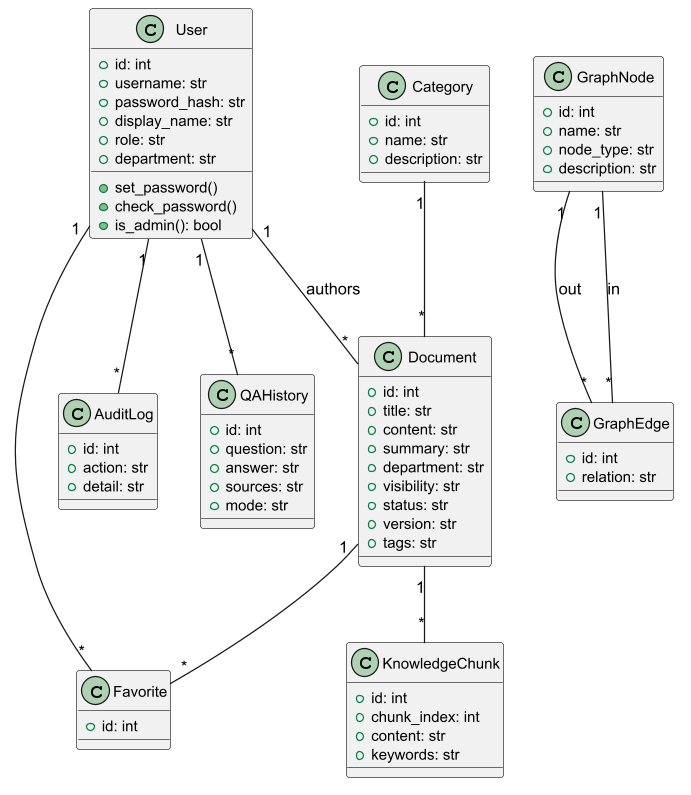
The PlantUML diagram docs/uml/rendered/06-类图.png in Shigurekaya/test-web, before a commit. Its diagram source:
```plantuml
@startuml 06-类图
skinparam defaultFontName "Noto Sans SC"
skinparam monospacedFontName "Noto Sans SC"
skinparam dpi 120
skinparam shadowing false
skinparam wrapWidth 260
skinparam maxMessageSize 220
skinparam titleFontSize 18
skinparam LegendFontSize 13
skinparam ClassFontSize 13
skinparam ClassAttributeFontSize 12
skinparam NoteFontSize 13
class User {
  +id: int
  +username: str
  +password_hash: str
  +display_name: str
  +role: str
  +department: str
  +set_password()
  +check_password()
  +is_admin(): bool
}

class Category {
  +id: int
  +name: str
  +description: str
}

class Document {
  +id: int
  +title: str
  +content: str
  +summary: str
  +department: str
  +visibility: str
  +status: str
  +version: str
  +tags: str
}

class KnowledgeChunk {
  +id: int
  +chunk_index: int
  +content: str
  +keywords: str
}

class GraphNode {
  +id: int
  +name: str
  +node_type: str
  +description: str
}

class GraphEdge {
  +id: int
  +relation: str
}

class Favorite {
  +id: int
}

class AuditLog {
  +id: int
  +action: str
  +detail: str
}

class QAHistory {
  +id: int
  +question: str
  +answer: str
  +sources: str
  +mode: str
}

User "1" -- "*" Document : authors
Category "1" -- "*" Document
Document "1" -- "*" KnowledgeChunk
Document "1" -- "*" Favorite
User "1" -- "*" Favorite
User "1" -- "*" AuditLog
User "1" -- "*" QAHistory
GraphNode "1" -- "*" GraphEdge : out
GraphNode "1" -- "*" GraphEdge : in
@enduml
```
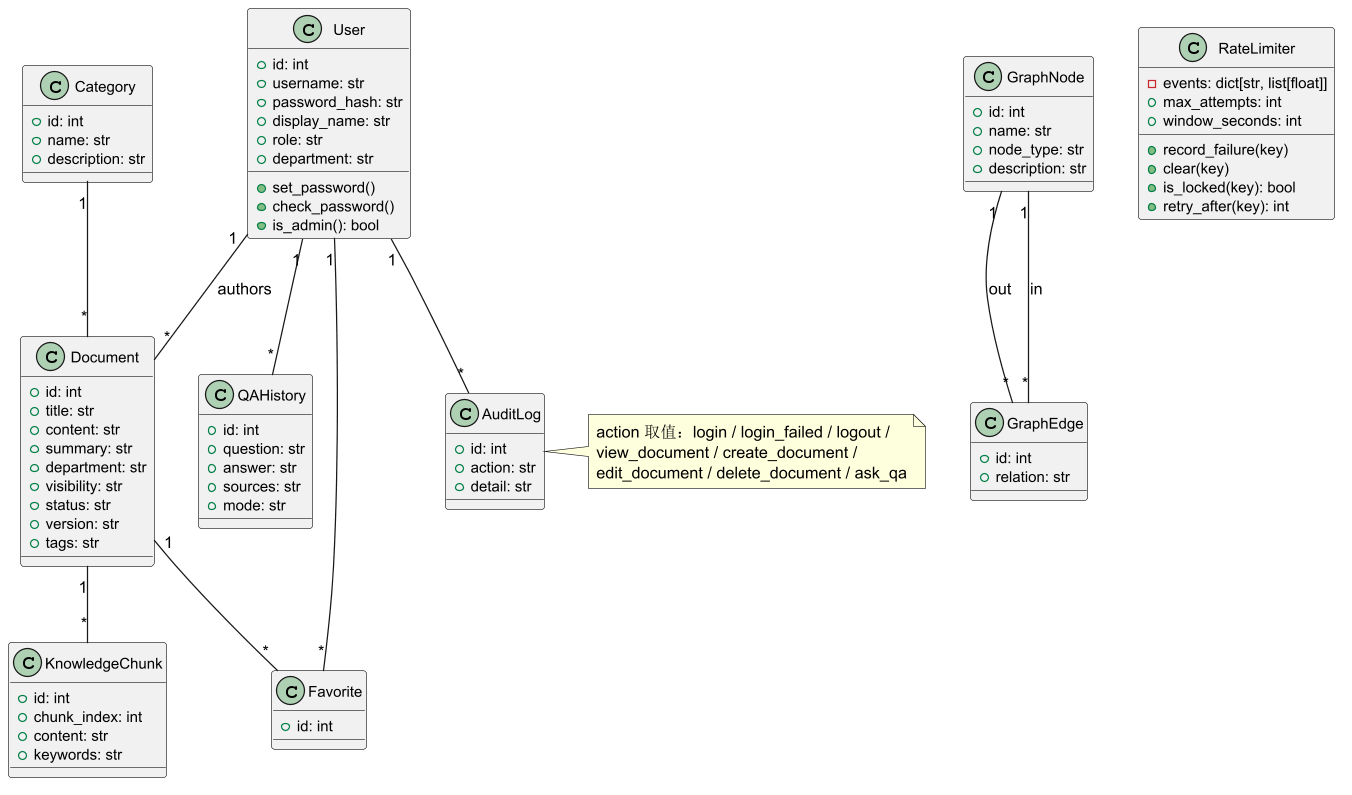
After the commit.

Change to the diagram source:
```diff
@@ -69,6 +69,16 @@
   +detail: str
 }
 
+class RateLimiter {
+  -events: dict[str, list[float]]
+  +max_attempts: int
+  +window_seconds: int
+  +record_failure(key)
+  +clear(key)
+  +is_locked(key): bool
+  +retry_after(key): int
+}
+
 class QAHistory {
   +id: int
   +question: str
@@ -82,6 +92,12 @@
 Document "1" -- "*" KnowledgeChunk
 Document "1" -- "*" Favorite
 User "1" -- "*" Favorite
+note right of AuditLog
+  action 取值：login / login_failed / logout /
+  view_document / create_document /
+  edit_document / delete_document / ask_qa
+end note
+
 User "1" -- "*" AuditLog
 User "1" -- "*" QAHistory
 GraphNode "1" -- "*" GraphEdge : out
```
